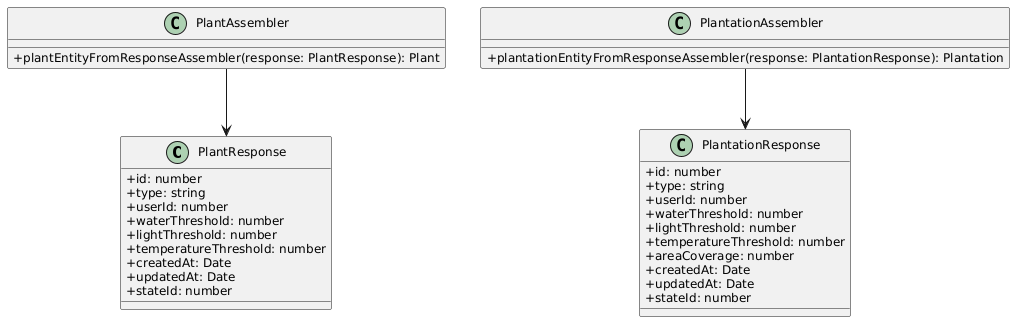
Above: assets/class-diagrams/managementWeb.png in wemade-IoT/Documents_Repository (PlantUML), before the change.
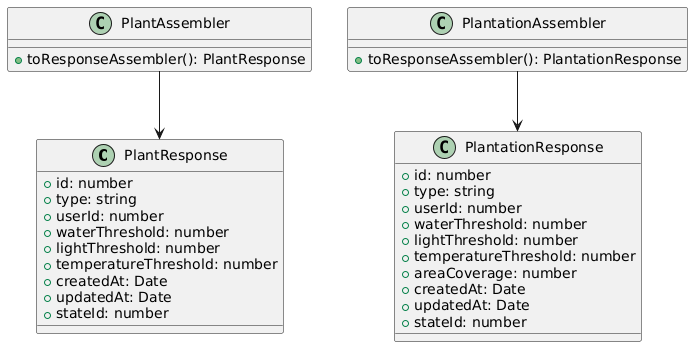
After the change.

Commit message:
docs: changed management and analytic class diagrams for web and mobile app

What changed in the source:
```diff
@@ -1,41 +1,36 @@
 @startuml
-skinparam classAttributeIconSize 0
-skinparam classFontSize 14
-skinparam classAttributeFontSize 12
-skinparam classMethodFontSize 12
+class PlantResponse {
+        +id: number
+        +type: string
+        +userId: number
+        +waterThreshold: number
+        +lightThreshold: number
+        +temperatureThreshold: number
+        +createdAt: Date
+        +updatedAt: Date
+        +stateId: number
+    }
 
-class PlantResponse {
-  + id: number
-  + type: string
-  + userId: number
-  + waterThreshold: number
-  + lightThreshold: number
-  + temperatureThreshold: number
-  + createdAt: Date
-  + updatedAt: Date
-  + stateId: number
-}
+    class PlantationResponse {
+        +id: number
+        +type: string
+        +userId: number
+        +waterThreshold: number
+        +lightThreshold: number
+        +temperatureThreshold: number
+        +areaCoverage: number
+        +createdAt: Date
+        +updatedAt: Date
+        +stateId: number
+    }
 
-class PlantationResponse {
-  + id: number
-  + type: string
-  + userId: number
-  + waterThreshold: number
-  + lightThreshold: number
-  + temperatureThreshold: number
-  + areaCoverage: number
-  + createdAt: Date
-  + updatedAt: Date
-  + stateId: number
-}
+    class PlantAssembler {
+        +toResponseAssembler(): PlantResponse
+    }
 
-class PlantAssembler {
-  + plantEntityFromResponseAssembler(response: PlantResponse): Plant
-}
-
-class PlantationAssembler {
-  + plantationEntityFromResponseAssembler(response: PlantationResponse): Plantation
-}
+    class PlantationAssembler {
+        +toResponseAssembler(): PlantationResponse
+    }
 
 PlantAssembler --> PlantResponse
 PlantationAssembler --> PlantationResponse
```
